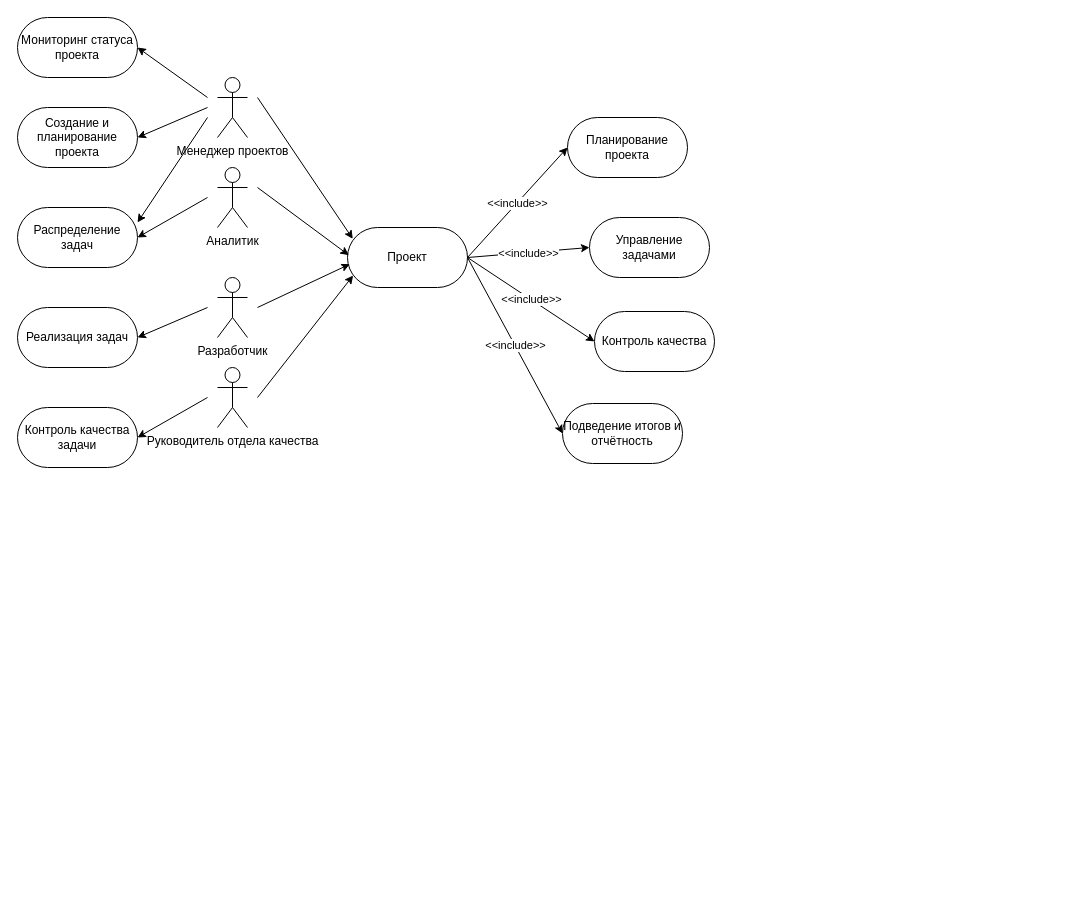
This is 3 курс/5 семестр/Обоснование и разработка требований к программным системам/Практика 3/useCase.drawio from Rarmash/MIREA, a draw.io file, before an edit. Source tidied: cells renumbered, new cells numbered last; positions are measured from the earlier drawing's top-left corner, leaving out a move shared by most shapes. Both pictures are drawn from the tidied source at 100%, with x=0, y=0 at pixel (17, 17).
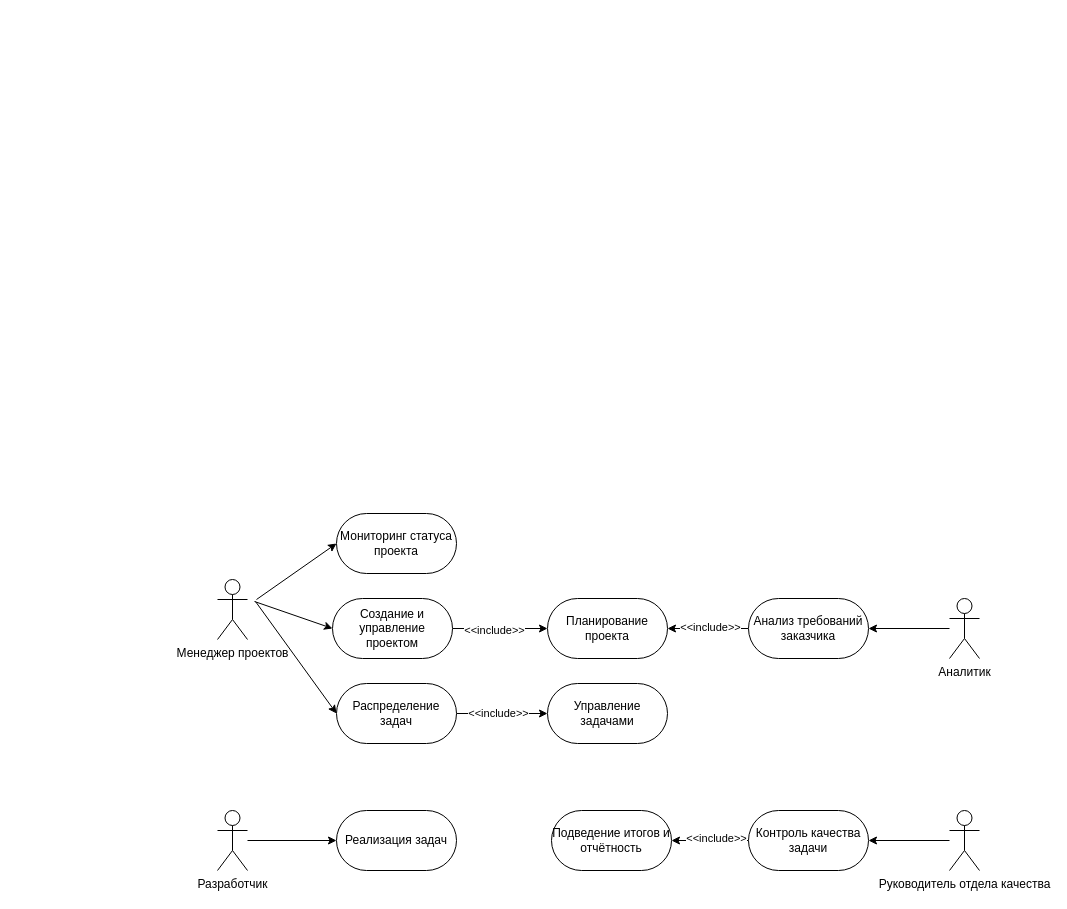
After the change.

What changed in the source:
```diff
@@
+    <mxCell id="3" value="Менеджер проектов" style="shape=umlActor;verticalLabelPosition=bottom;verticalAlign=top;html=1;" parent="1" vertex="1">
+      <mxGeometry x="200" y="562" width="30" height="60" as="geometry" />
+    </mxCell>
+    <mxCell id="34" style="edgeStyle=orthogonalEdgeStyle;rounded=0;jettySize=auto;html=1;exitX=1;exitY=0.5;exitDx=0;exitDy=0;entryX=0;entryY=0.5;entryDx=0;entryDy=0;" parent="1" edge="1" source="36" target="22">
+      <mxGeometry relative="1" as="geometry" />
+    </mxCell>
+    <mxCell id="35" value="&amp;lt;&amp;lt;include&amp;gt;&amp;gt;" style="edgeLabel;html=1;align=center;verticalAlign=middle;" parent="34" vertex="1">
+      <mxGeometry x="-0.14" y="-1" relative="1" as="geometry" />
+    </mxCell>
+    <mxCell id="36" value="Создание и управление проектом" style="rounded=1;whiteSpace=wrap;html=1;arcSize=50;" parent="1" vertex="1">
+      <mxGeometry x="315" y="581" width="120" height="60" as="geometry" />
+    </mxCell>
+    <mxCell id="15" value="Мониторинг статуса проекта" style="rounded=1;whiteSpace=wrap;html=1;arcSize=50;" parent="1" vertex="1">
+      <mxGeometry x="319" y="496" width="120" height="60" as="geometry" />
+    </mxCell>
+    <mxCell id="37" style="edgeStyle=orthogonalEdgeStyle;rounded=0;jettySize=auto;html=1;" parent="1" edge="1" source="12" target="23">
+      <mxGeometry relative="1" as="geometry" />
+    </mxCell>
+    <mxCell id="38" value="&amp;lt;&amp;lt;include&amp;gt;&amp;gt;" style="edgeLabel;html=1;align=center;verticalAlign=middle;" parent="37" vertex="1">
+      <mxGeometry x="-0.1" y="1" relative="1" as="geometry" />
+    </mxCell>
+    <mxCell id="12" value="Распределение задач" style="rounded=1;whiteSpace=wrap;html=1;arcSize=50;" parent="1" vertex="1">
+      <mxGeometry x="319" y="666" width="120" height="60" as="geometry" />
+    </mxCell>
+    <mxCell id="23" value="Управление задачами" style="rounded=1;whiteSpace=wrap;html=1;arcSize=50;" parent="1" vertex="1">
+      <mxGeometry x="530" y="666" width="120" height="60" as="geometry" />
+    </mxCell>
     <mxCell id="2" value="Разработчик" style="shape=umlActor;verticalLabelPosition=bottom;verticalAlign=top;html=1;outlineConnect=0;" parent="1" vertex="1">
-      <mxGeometry x="200" y="260" width="30" height="60" as="geometry" />
+      <mxGeometry x="200" y="793" width="30" height="60" as="geometry" />
     </mxCell>
-    <mxCell id="3" value="Менеджер проектов" style="shape=umlActor;verticalLabelPosition=bottom;verticalAlign=top;html=1;" parent="1" vertex="1">
-      <mxGeometry x="200" y="60" width="30" height="60" as="geometry" />
-    </mxCell>
+    <mxCell id="13" value="Реализация задач" style="rounded=1;whiteSpace=wrap;html=1;arcSize=50;" parent="1" vertex="1">
+      <mxGeometry x="319" y="793" width="120" height="60" as="geometry" />
+    </mxCell>
     <mxCell id="4" value="Аналитик" style="shape=umlActor;verticalLabelPosition=bottom;verticalAlign=top;html=1;outlineConnect=0;" parent="1" vertex="1">
-      <mxGeometry x="200" y="150" width="30" height="60" as="geometry" />
+      <mxGeometry x="932" y="581" width="30" height="60" as="geometry" />
     </mxCell>
+    <mxCell id="39" style="edgeStyle=orthogonalEdgeStyle;rounded=0;jettySize=auto;html=1;exitX=0;exitY=0.5;exitDx=0;exitDy=0;" parent="1" edge="1" source="41" target="22">
+      <mxGeometry relative="1" as="geometry" />
+    </mxCell>
+    <mxCell id="40" value="&amp;lt;&amp;lt;include&amp;gt;&amp;gt;" style="edgeLabel;html=1;align=center;verticalAlign=middle;" parent="39" vertex="1">
+      <mxGeometry x="0.19" relative="1" as="geometry">
+        <mxPoint x="9" y="-2" as="offset" />
+      </mxGeometry>
+    </mxCell>
+    <mxCell id="41" value="Анализ требований заказчика" style="rounded=1;whiteSpace=wrap;html=1;arcSize=50;" parent="1" vertex="1">
+      <mxGeometry x="731" y="581" width="120" height="60" as="geometry" />
+    </mxCell>
+    <mxCell id="22" value="Планирование проекта" style="rounded=1;whiteSpace=wrap;html=1;arcSize=50;" parent="1" vertex="1">
+      <mxGeometry x="530" y="581" width="120" height="60" as="geometry" />
+    </mxCell>
     <mxCell id="5" value="Руководитель отдела качества" style="shape=umlActor;verticalLabelPosition=bottom;verticalAlign=top;html=1;outlineConnect=0;" parent="1" vertex="1">
-      <mxGeometry x="200" y="350" width="30" height="60" as="geometry" />
+      <mxGeometry x="932" y="793" width="30" height="60" as="geometry" />
     </mxCell>
-    <mxCell id="6" value="Проект" style="rounded=1;whiteSpace=wrap;html=1;arcSize=50;" parent="1" vertex="1">
-      <mxGeometry x="330" y="210" width="120" height="60" as="geometry" />
-    </mxCell>
-    <mxCell id="7" style="endArrow=classic;html=1;rounded=0;entryX=0.011;entryY=0.461;entryDx=0;entryDy=0;entryPerimeter=0;" parent="1" edge="1" target="6">
-      <mxGeometry relative="1" as="geometry">
-        <mxPoint x="240" y="170" as="sourcePoint" />
-      </mxGeometry>
-    </mxCell>
-    <mxCell id="8" style="endArrow=classic;html=1;rounded=0;entryX=0.019;entryY=0.611;entryDx=0;entryDy=0;entryPerimeter=0;" parent="1" edge="1" target="6">
-      <mxGeometry relative="1" as="geometry">
-        <mxPoint x="240" y="290" as="sourcePoint" />
-      </mxGeometry>
-    </mxCell>
-    <mxCell id="9" style="endArrow=classic;html=1;rounded=0;entryX=0.047;entryY=0.8;entryDx=0;entryDy=0;entryPerimeter=0;" parent="1" edge="1" target="6">
-      <mxGeometry relative="1" as="geometry">
-        <mxPoint x="240" y="380" as="sourcePoint" />
-      </mxGeometry>
-    </mxCell>
-    <mxCell id="10" style="endArrow=classic;html=1;rounded=0;entryX=0.044;entryY=0.189;entryDx=0;entryDy=0;entryPerimeter=0;" parent="1" edge="1" target="6">
-      <mxGeometry relative="1" as="geometry">
-        <mxPoint x="240" y="80" as="sourcePoint" />
-      </mxGeometry>
-    </mxCell>
-    <mxCell id="11" value="Создание и планирование проекта" style="rounded=1;whiteSpace=wrap;html=1;arcSize=50;" parent="1" vertex="1">
-      <mxGeometry y="90" width="120" height="60" as="geometry" />
-    </mxCell>
-    <mxCell id="12" value="Распределение задач" style="rounded=1;whiteSpace=wrap;html=1;arcSize=50;" parent="1" vertex="1">
-      <mxGeometry y="190" width="120" height="60" as="geometry" />
-    </mxCell>
-    <mxCell id="13" value="Реализация задач" style="rounded=1;whiteSpace=wrap;html=1;arcSize=50;" parent="1" vertex="1">
-      <mxGeometry y="290" width="120" height="60" as="geometry" />
-    </mxCell>
+    <mxCell id="42" style="edgeStyle=orthogonalEdgeStyle;rounded=0;jettySize=auto;html=1;exitX=0;exitY=0.5;exitDx=0;exitDy=0;entryX=1;entryY=0.5;entryDx=0;entryDy=0;" parent="1" edge="1" source="14" target="25">
+      <mxGeometry relative="1" as="geometry" />
+    </mxCell>
+    <mxCell id="43" value="&amp;lt;&amp;lt;include&amp;gt;&amp;gt;" style="edgeLabel;html=1;align=center;verticalAlign=middle;" parent="42" vertex="1">
+      <mxGeometry x="0.16" y="-3" relative="1" as="geometry">
+        <mxPoint x="12" as="offset" />
+      </mxGeometry>
+    </mxCell>
     <mxCell id="14" value="Контроль качества задачи" style="rounded=1;whiteSpace=wrap;html=1;arcSize=50;" parent="1" vertex="1">
-      <mxGeometry y="390" width="120" height="60" as="geometry" />
+      <mxGeometry x="731" y="793" width="120" height="60" as="geometry" />
     </mxCell>
-    <mxCell id="15" value="Мониторинг статуса проекта" style="rounded=1;whiteSpace=wrap;html=1;arcSize=50;" parent="1" vertex="1">
-      <mxGeometry width="120" height="60" as="geometry" />
-    </mxCell>
-    <mxCell id="16" style="endArrow=classic;html=1;rounded=0;entryX=1;entryY=0.5;entryDx=0;entryDy=0;" parent="1" edge="1" target="15">
-      <mxGeometry relative="1" as="geometry">
-        <mxPoint x="190" y="80" as="sourcePoint" />
-      </mxGeometry>
-    </mxCell>
-    <mxCell id="17" style="endArrow=classic;html=1;rounded=0;entryX=1;entryY=0.5;entryDx=0;entryDy=0;" parent="1" edge="1" target="11">
-      <mxGeometry relative="1" as="geometry">
-        <mxPoint x="190" y="90" as="sourcePoint" />
-      </mxGeometry>
-    </mxCell>
-    <mxCell id="18" style="endArrow=classic;html=1;rounded=0;entryX=1;entryY=0.25;entryDx=0;entryDy=0;" parent="1" edge="1" target="12">
-      <mxGeometry relative="1" as="geometry">
-        <mxPoint x="190" y="100" as="sourcePoint" />
-      </mxGeometry>
-    </mxCell>
-    <mxCell id="19" style="endArrow=classic;html=1;rounded=0;entryX=1;entryY=0.5;entryDx=0;entryDy=0;" parent="1" edge="1" target="12">
-      <mxGeometry relative="1" as="geometry">
-        <mxPoint x="190" y="180" as="sourcePoint" />
-      </mxGeometry>
-    </mxCell>
-    <mxCell id="20" style="endArrow=classic;html=1;rounded=0;entryX=1;entryY=0.5;entryDx=0;entryDy=0;" parent="1" edge="1" target="13">
-      <mxGeometry relative="1" as="geometry">
-        <mxPoint x="190" y="290" as="sourcePoint" />
-      </mxGeometry>
-    </mxCell>
-    <mxCell id="21" style="endArrow=classic;html=1;rounded=0;entryX=1;entryY=0.5;entryDx=0;entryDy=0;" parent="1" edge="1" target="14">
-      <mxGeometry relative="1" as="geometry">
-        <mxPoint x="190" y="380" as="sourcePoint" />
-      </mxGeometry>
-    </mxCell>
-    <mxCell id="22" value="Планирование проекта" style="rounded=1;whiteSpace=wrap;html=1;arcSize=50;" parent="1" vertex="1">
-      <mxGeometry x="550" y="100" width="120" height="60" as="geometry" />
-    </mxCell>
-    <mxCell id="23" value="Управление задачами" style="rounded=1;whiteSpace=wrap;html=1;arcSize=50;" parent="1" vertex="1">
-      <mxGeometry x="572" y="200" width="120" height="60" as="geometry" />
-    </mxCell>
-    <mxCell id="24" value="Контроль качества" style="rounded=1;whiteSpace=wrap;html=1;arcSize=50;" parent="1" vertex="1">
-      <mxGeometry x="577" y="294" width="120" height="60" as="geometry" />
-    </mxCell>
     <mxCell id="25" value="Подведение итогов и отчётность" style="rounded=1;whiteSpace=wrap;html=1;arcSize=50;" parent="1" vertex="1">
-      <mxGeometry x="545" y="386" width="120" height="60" as="geometry" />
+      <mxGeometry x="534" y="793" width="120" height="60" as="geometry" />
     </mxCell>
-    <mxCell id="26" style="endArrow=classic;html=1;rounded=0;entryX=0;entryY=0.5;entryDx=0;entryDy=0;exitX=1;exitY=0.5;exitDx=0;exitDy=0;" parent="1" edge="1" source="6" target="22">
-      <mxGeometry relative="1" as="geometry" />
-    </mxCell>
-    <mxCell id="27" value="&amp;lt;&amp;lt;include&amp;gt;&amp;gt;" style="edgeLabel;html=1;align=center;verticalAlign=middle;" parent="26" vertex="1">
-      <mxGeometry relative="1" as="geometry" />
-    </mxCell>
-    <mxCell id="28" style="endArrow=classic;html=1;rounded=0;entryX=0;entryY=0.5;entryDx=0;entryDy=0;exitX=1;exitY=0.5;exitDx=0;exitDy=0;" parent="1" edge="1" source="6" target="23">
-      <mxGeometry relative="1" as="geometry" />
-    </mxCell>
-    <mxCell id="29" value="&amp;lt;&amp;lt;include&amp;gt;&amp;gt;" style="edgeLabel;html=1;align=center;verticalAlign=middle;" parent="28" vertex="1">
-      <mxGeometry relative="1" as="geometry" />
-    </mxCell>
-    <mxCell id="30" style="endArrow=classic;html=1;rounded=0;entryX=0;entryY=0.5;entryDx=0;entryDy=0;exitX=1;exitY=0.5;exitDx=0;exitDy=0;" parent="1" edge="1" source="6" target="24">
-      <mxGeometry relative="1" as="geometry" />
-    </mxCell>
-    <mxCell id="31" value="&amp;lt;&amp;lt;include&amp;gt;&amp;gt;" style="edgeLabel;html=1;align=center;verticalAlign=middle;" parent="30" vertex="1">
-      <mxGeometry relative="1" as="geometry" />
-    </mxCell>
-    <mxCell id="32" style="endArrow=classic;html=1;rounded=0;entryX=0;entryY=0.5;entryDx=0;entryDy=0;exitX=1;exitY=0.5;exitDx=0;exitDy=0;" parent="1" edge="1" source="6" target="25">
-      <mxGeometry relative="1" as="geometry" />
-    </mxCell>
-    <mxCell id="33" value="&amp;lt;&amp;lt;include&amp;gt;&amp;gt;" style="edgeLabel;html=1;align=center;verticalAlign=middle;" parent="32" vertex="1">
-      <mxGeometry relative="1" as="geometry" />
-    </mxCell>
+    <mxCell id="44" style="endArrow=classic;html=1;rounded=0;entryX=0;entryY=0.5;entryDx=0;entryDy=0;" parent="1" edge="1" source="2" target="13">
+      <mxGeometry relative="1" as="geometry" />
+    </mxCell>
+    <mxCell id="45" style="endArrow=classic;html=1;rounded=0;entryX=0;entryY=0.5;entryDx=0;entryDy=0;" parent="1" edge="1" target="15">
+      <mxGeometry relative="1" as="geometry">
+        <mxPoint x="239" y="582" as="sourcePoint" />
+      </mxGeometry>
+    </mxCell>
+    <mxCell id="46" style="endArrow=classic;html=1;rounded=0;entryX=0;entryY=0.5;entryDx=0;entryDy=0;" parent="1" edge="1" target="36">
+      <mxGeometry relative="1" as="geometry">
+        <mxPoint x="237" y="584" as="sourcePoint" />
+      </mxGeometry>
+    </mxCell>
+    <mxCell id="47" style="endArrow=classic;html=1;rounded=0;entryX=0;entryY=0.5;entryDx=0;entryDy=0;" parent="1" edge="1" target="12">
+      <mxGeometry relative="1" as="geometry">
+        <mxPoint x="238" y="584" as="sourcePoint" />
+      </mxGeometry>
+    </mxCell>
+    <mxCell id="48" style="endArrow=classic;html=1;rounded=0;entryX=1;entryY=0.5;entryDx=0;entryDy=0;" parent="1" edge="1" source="4" target="41">
+      <mxGeometry relative="1" as="geometry" />
+    </mxCell>
+    <mxCell id="49" style="endArrow=classic;html=1;rounded=0;entryX=1;entryY=0.5;entryDx=0;entryDy=0;" parent="1" edge="1" source="5" target="14">
+      <mxGeometry relative="1" as="geometry" />
+    </mxCell>
```
